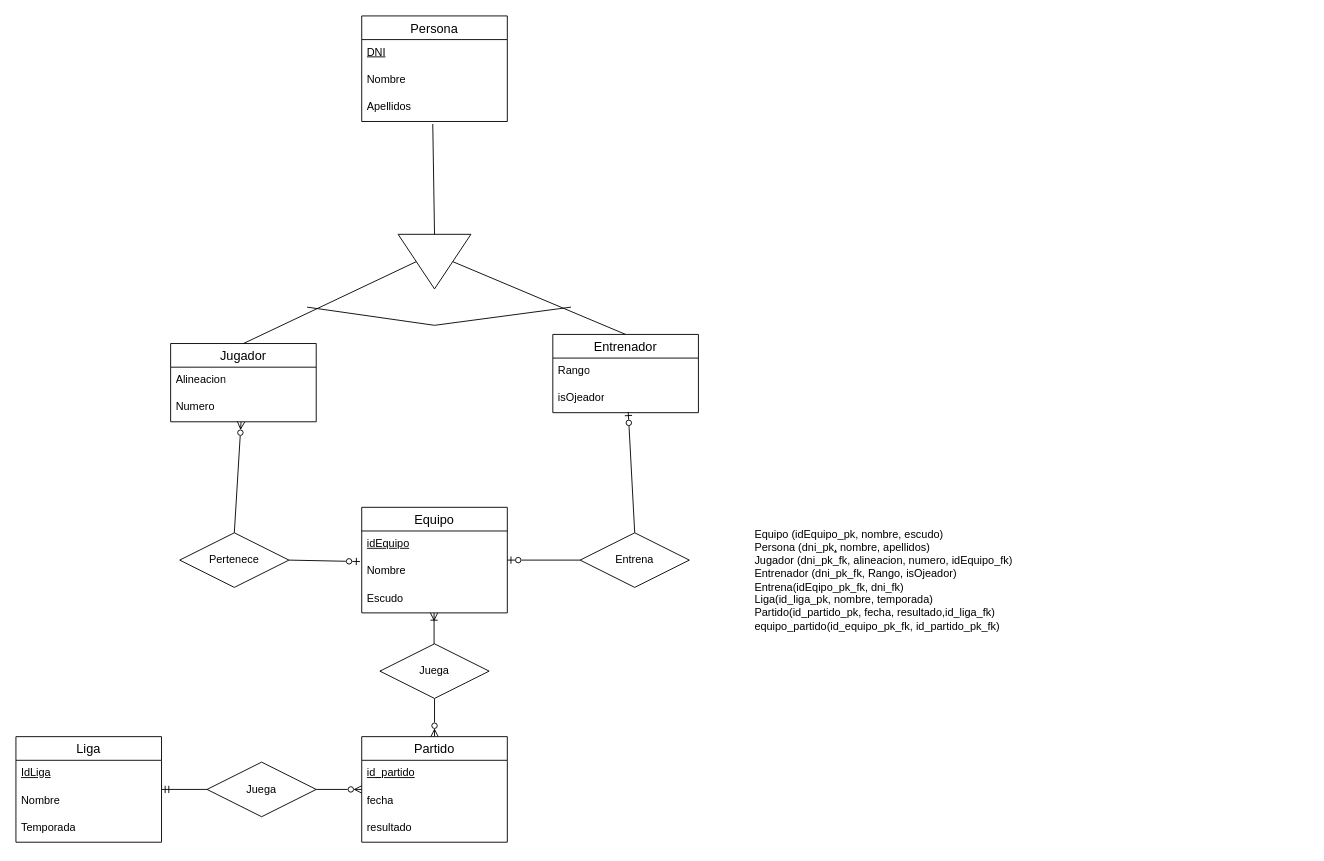
AlejandroCara/acr-tsys-modeloER-drawio-1110 keeps this draw.io diagram as TA12Ej10.drawio. Above is the earlier version. Source tidied: cells renumbered, new cells numbered last; positions are measured from the earlier drawing's top-left corner, leaving out a move shared by most shapes. Both pictures are drawn from the tidied source at 91%, with x=0, y=0 at pixel (15, 15).
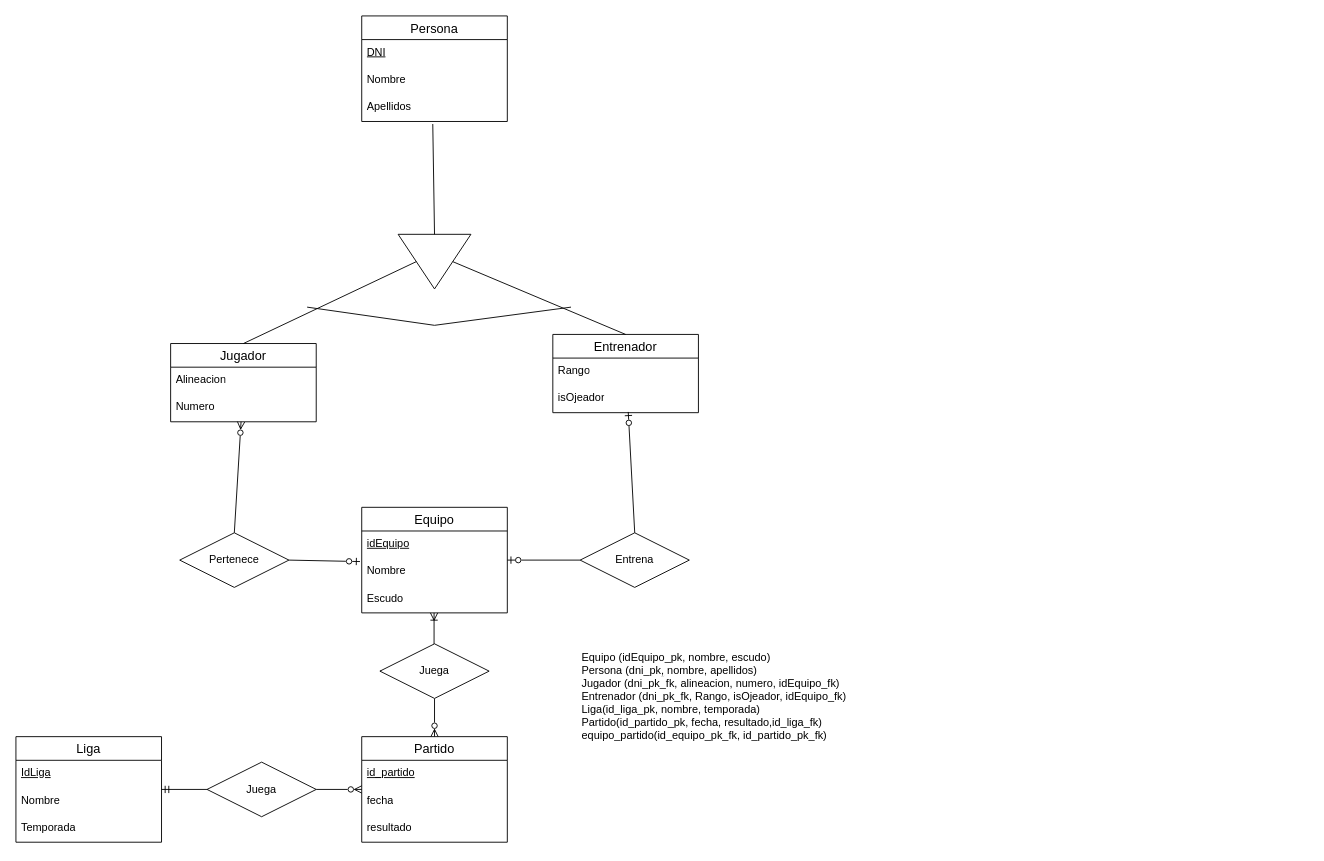
After the change.

Commit message:
Actualizado el relacional TA12Ej10.drawio

The edit, as a diff of the source:
```diff
@@
-    <mxCell id="28" value="Equipo (idEquipo_pk, nombre, escudo)&lt;br style=&quot;border-color: var(--border-color);&quot;&gt;Persona (dni_pk&lt;u&gt;,&lt;/u&gt; nombre, apellidos)&lt;br&gt;Jugador (dni_pk_fk, alineacion, numero, idEquipo_fk)&lt;br&gt;Entrenador (dni_pk_fk, Rango, isOjeador)&lt;br&gt;Entrena(idEqipo_pk_fk, dni_fk)&lt;br&gt;&lt;div&gt;Liga(id_liga_pk, nombre, temporada)&lt;/div&gt;&lt;div&gt;Partido(id_partido_pk, fecha, resultado,id_liga_fk)&lt;/div&gt;&lt;div&gt;equipo_partido(id_equipo_pk_fk, id_partido_pk_fk)&lt;/div&gt;" style="text;html=1;strokeColor=none;fillColor=none;align=left;verticalAlign=middle;whiteSpace=wrap;rounded=0;" parent="1" vertex="1">
-      <mxGeometry x="810" y="410" width="610" height="420" as="geometry" />
+    <mxCell id="28" value="Equipo (idEquipo_pk, nombre, escudo)&lt;br style=&quot;border-color: var(--border-color);&quot;&gt;Persona (dni_pk&lt;u&gt;,&lt;/u&gt; nombre, apellidos)&lt;br&gt;Jugador (dni_pk_fk, alineacion, numero, idEquipo_fk)&lt;br&gt;Entrenador (dni_pk_fk, Rango, isOjeador, idEquipo_fk)&lt;br&gt;&lt;div&gt;Liga(id_liga_pk, nombre, temporada)&lt;/div&gt;&lt;div&gt;Partido(id_partido_pk, fecha, resultado,id_liga_fk)&lt;/div&gt;&lt;div&gt;equipo_partido(id_equipo_pk_fk, id_partido_pk_fk)&lt;/div&gt;" style="text;html=1;strokeColor=none;fillColor=none;align=left;verticalAlign=middle;whiteSpace=wrap;rounded=0;" parent="1" vertex="1">
+      <mxGeometry x="620" y="628" width="360" height="240" as="geometry" />
     </mxCell>
```
